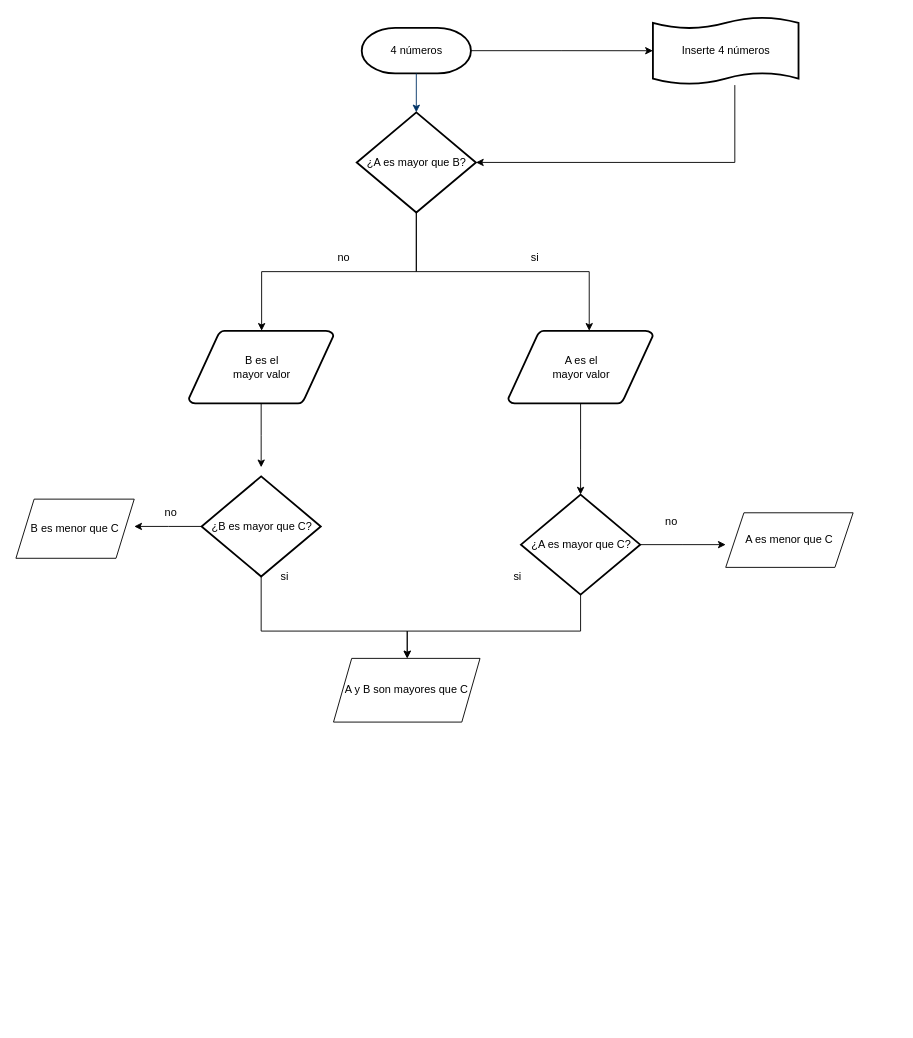
Matyplop/Matyplop.github.io keeps this draw.io diagram as page "Page-1" (1 of 2) of Untitled Diagram.drawio. Above is the earlier version. Source tidied: cells renumbered, new cells numbered last; positions are measured from the earlier drawing's top-left corner, leaving out a move shared by most shapes. Both pictures are drawn from the tidied source at 91%, with x=0, y=0 at pixel (15, 15).
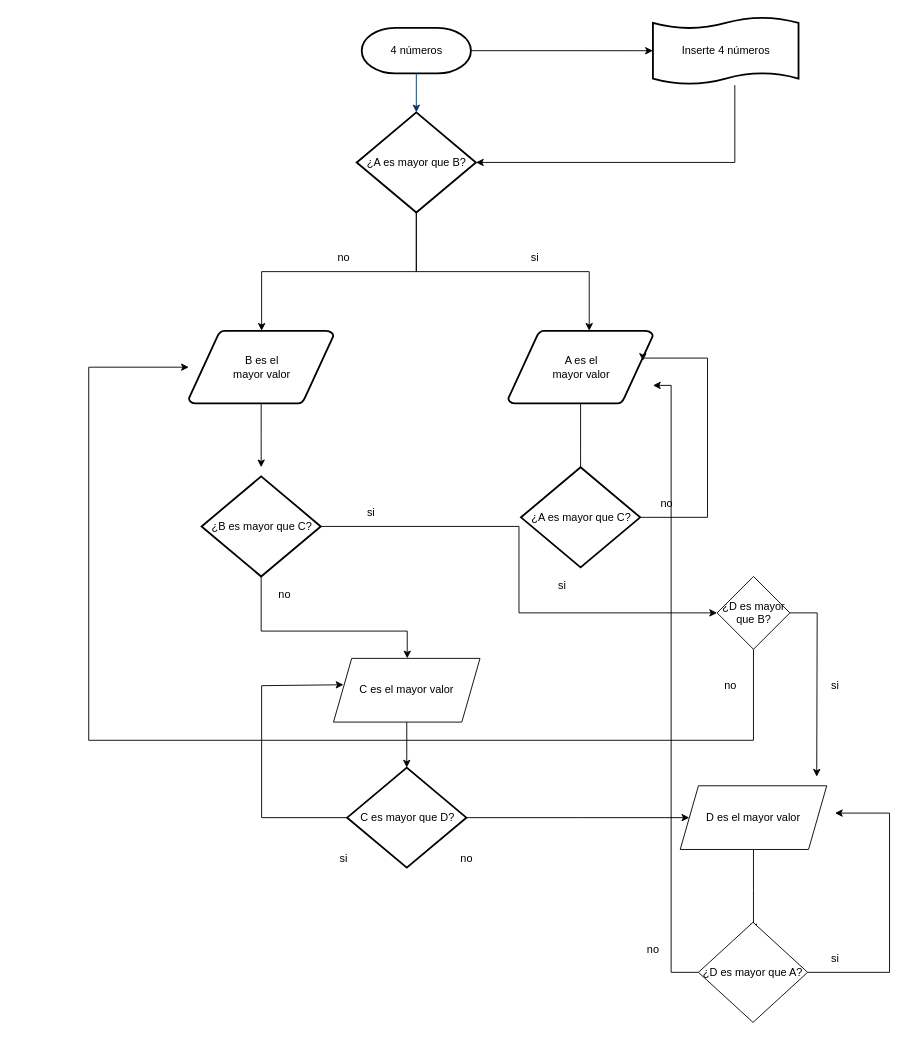
The same page after the edit.

The change refers to these unchanged cells:
```xml
<mxCell id="5" value="A es el&lt;br&gt;mayor valor" style="shape=mxgraph.flowchart.data;strokeWidth=2;gradientColor=none;gradientDirection=north;fontStyle=0;html=1;" parent="1" vertex="1">
  <mxGeometry x="541" y="346" width="159" height="80" as="geometry" />
</mxCell>
<mxCell id="16" value="B es el&lt;br&gt;mayor valor" style="shape=mxgraph.flowchart.data;strokeWidth=2;gradientColor=none;gradientDirection=north;fontStyle=0;html=1;" parent="1" vertex="1">
  <mxGeometry x="190" y="346" width="159" height="80" as="geometry" />
</mxCell>
<mxCell id="22" value="¿B es mayor que C?" style="shape=mxgraph.flowchart.decision;strokeWidth=2;gradientColor=none;gradientDirection=north;fontStyle=0;html=1;" parent="1" vertex="1">
  <mxGeometry x="204" y="506" width="131" height="110" as="geometry" />
</mxCell>
```

The edit, as a diff of the source:
```diff
@@
-    <mxCell id="17" style="edgeStyle=orthogonalEdgeStyle;rounded=0;jettySize=auto;html=1;" parent="1" edge="1" source="19">
-      <mxGeometry relative="1" as="geometry">
-        <mxPoint x="430" y="706" as="targetPoint" />
-        <Array as="points">
-          <mxPoint x="621" y="676" />
-          <mxPoint x="430" y="676" />
-        </Array>
-      </mxGeometry>
-    </mxCell>
-    <mxCell id="18" style="edgeStyle=orthogonalEdgeStyle;rounded=0;jettySize=auto;html=1;exitX=1;exitY=0.5;exitDx=0;exitDy=0;exitPerimeter=0;" parent="1" edge="1" source="19">
+    <mxCell id="18" style="edgeStyle=orthogonalEdgeStyle;rounded=0;jettySize=auto;html=1;exitX=1;exitY=0.5;exitDx=0;exitDy=0;exitPerimeter=0;entryX=0.931;entryY=0.413;entryDx=0;entryDy=0;entryPerimeter=0;" parent="1" edge="1" source="19" target="5">
       <mxGeometry relative="1" as="geometry">
-        <mxPoint x="780" y="581" as="targetPoint" />
+        <Array as="points">
+          <mxPoint x="760" y="551" />
+          <mxPoint x="760" y="376" />
+          <mxPoint x="689" y="376" />
+        </Array>
       </mxGeometry>
     </mxCell>
     <mxCell id="19" value="¿A es mayor que C?" style="shape=mxgraph.flowchart.decision;strokeWidth=2;gradientColor=none;gradientDirection=north;fontStyle=0;html=1;" parent="1" vertex="1">
-      <mxGeometry x="555" y="526" width="131" height="110" as="geometry" />
+      <mxGeometry x="555" y="496" width="131" height="110" as="geometry" />
     </mxCell>
@@
-    <mxCell id="21" style="edgeStyle=orthogonalEdgeStyle;rounded=0;jettySize=auto;html=1;" parent="1" edge="1" source="22">
-      <mxGeometry relative="1" as="geometry">
-        <mxPoint x="130" y="561" as="targetPoint" />
-      </mxGeometry>
-    </mxCell>
+    <mxCell id="30" style="edgeStyle=orthogonalEdgeStyle;rounded=0;jettySize=auto;html=1;" parent="1" edge="1" source="22" target="46">
+      <mxGeometry relative="1" as="geometry" />
+    </mxCell>
@@
     <mxCell id="23" value="si" style="text;html=1;align=center;verticalAlign=middle;strokeColor=none;" parent="1" vertex="1">
-      <mxGeometry x="541" y="606" width="20" height="20" as="geometry" />
+      <mxGeometry x="590" y="616" width="20" height="20" as="geometry" />
     </mxCell>
-    <mxCell id="24" value="si" style="text;html=1;align=center;verticalAlign=middle;strokeColor=none;" parent="1" vertex="1">
-      <mxGeometry x="285" y="606" width="20" height="20" as="geometry" />
+    <mxCell id="24" value="no" style="text;html=1;align=center;verticalAlign=middle;strokeColor=none;" parent="1" vertex="1">
+      <mxGeometry x="280" y="626" width="30" height="20" as="geometry" />
     </mxCell>
+    <mxCell id="31" style="edgeStyle=orthogonalEdgeStyle;rounded=0;jettySize=auto;html=1;entryX=0.5;entryY=0;entryDx=0;entryDy=0;entryPerimeter=0;" parent="1" edge="1" source="25" target="34">
+      <mxGeometry relative="1" as="geometry" />
+    </mxCell>
-    <mxCell id="25" value="A y B son mayores que C" style="shape=parallelogram;perimeter=parallelogramPerimeter;whiteSpace=wrap;html=1;fixedSize=1;" parent="1" vertex="1">
+    <mxCell id="25" value="C es el mayor valor" style="shape=parallelogram;perimeter=parallelogramPerimeter;whiteSpace=wrap;html=1;fixedSize=1;" parent="1" vertex="1">
       <mxGeometry x="349" y="706" width="161" height="70" as="geometry" />
     </mxCell>
-    <mxCell id="26" value="A es menor que C" style="shape=parallelogram;perimeter=parallelogramPerimeter;whiteSpace=wrap;html=1;fixedSize=1;" parent="1" vertex="1">
-      <mxGeometry x="780" y="546" width="140" height="60" as="geometry" />
-    </mxCell>
-    <mxCell id="27" value="B es menor que C" style="shape=parallelogram;perimeter=parallelogramPerimeter;whiteSpace=wrap;html=1;fixedSize=1;" parent="1" vertex="1">
-      <mxGeometry y="531" width="130" height="65" as="geometry" />
-    </mxCell>
-    <mxCell id="28" value="no" style="text;html=1;align=center;verticalAlign=middle;strokeColor=none;" parent="1" vertex="1">
-      <mxGeometry x="155" y="536" width="30" height="20" as="geometry" />
-    </mxCell>
     <mxCell id="29" value="no" style="text;html=1;align=center;verticalAlign=middle;strokeColor=none;" parent="1" vertex="1">
-      <mxGeometry x="705" y="546" width="30" height="20" as="geometry" />
+      <mxGeometry x="700" y="526" width="30" height="20" as="geometry" />
     </mxCell>
+    <mxCell id="32" style="edgeStyle=orthogonalEdgeStyle;rounded=0;jettySize=auto;html=1;entryX=0.068;entryY=0.414;entryDx=0;entryDy=0;entryPerimeter=0;" parent="1" edge="1" source="34" target="25">
+      <mxGeometry relative="1" as="geometry">
+        <Array as="points">
+          <mxPoint x="270" y="881" />
+          <mxPoint x="270" y="736" />
+        </Array>
+      </mxGeometry>
+    </mxCell>
+    <mxCell id="33" style="edgeStyle=orthogonalEdgeStyle;rounded=0;jettySize=auto;html=1;" parent="1" edge="1" source="34">
+      <mxGeometry relative="1" as="geometry">
+        <mxPoint x="740" y="881" as="targetPoint" />
+      </mxGeometry>
+    </mxCell>
+    <mxCell id="34" value="C es mayor que D?" style="shape=mxgraph.flowchart.decision;strokeWidth=2;gradientColor=none;gradientDirection=north;fontStyle=0;html=1;" parent="1" vertex="1">
+      <mxGeometry x="364" y="826" width="131" height="110" as="geometry" />
+    </mxCell>
+    <mxCell id="35" value="no" style="text;html=1;align=center;verticalAlign=middle;strokeColor=none;" parent="1" vertex="1">
+      <mxGeometry x="480" y="916" width="30" height="20" as="geometry" />
+    </mxCell>
+    <mxCell id="36" value="si" style="text;html=1;align=center;verticalAlign=middle;strokeColor=none;" parent="1" vertex="1">
+      <mxGeometry x="349.5" y="916" width="20" height="20" as="geometry" />
+    </mxCell>
+    <mxCell id="37" style="edgeStyle=orthogonalEdgeStyle;rounded=0;jettySize=auto;html=1;" parent="1" edge="1" source="38">
+      <mxGeometry relative="1" as="geometry">
+        <mxPoint x="810.5" y="1006" as="targetPoint" />
+      </mxGeometry>
+    </mxCell>
+    <mxCell id="38" value="D es el mayor valor" style="shape=parallelogram;perimeter=parallelogramPerimeter;whiteSpace=wrap;html=1;fixedSize=1;" parent="1" vertex="1">
+      <mxGeometry x="730" y="846" width="161" height="70" as="geometry" />
+    </mxCell>
+    <mxCell id="39" style="edgeStyle=orthogonalEdgeStyle;rounded=0;jettySize=auto;html=1;" parent="1" edge="1" source="41">
+      <mxGeometry relative="1" as="geometry">
+        <mxPoint x="900" y="876" as="targetPoint" />
+        <Array as="points">
+          <mxPoint x="960" y="1051" />
+          <mxPoint x="960" y="876" />
+          <mxPoint x="900" y="876" />
+        </Array>
+      </mxGeometry>
+    </mxCell>
+    <mxCell id="40" style="edgeStyle=orthogonalEdgeStyle;rounded=0;jettySize=auto;html=1;" parent="1" edge="1" source="41" target="5">
+      <mxGeometry relative="1" as="geometry">
+        <Array as="points">
+          <mxPoint x="720" y="1051" />
+          <mxPoint x="720" y="406" />
+        </Array>
+      </mxGeometry>
+    </mxCell>
+    <mxCell id="41" value="¿D es mayor que A?" style="rhombus;whiteSpace=wrap;html=1;" parent="1" vertex="1">
+      <mxGeometry x="750" y="996" width="120" height="110" as="geometry" />
+    </mxCell>
+    <mxCell id="42" value="si" style="text;html=1;align=center;verticalAlign=middle;strokeColor=none;" parent="1" vertex="1">
+      <mxGeometry x="890" y="1026" width="20" height="20" as="geometry" />
+    </mxCell>
+    <mxCell id="43" value="no" style="text;html=1;align=center;verticalAlign=middle;strokeColor=none;" parent="1" vertex="1">
+      <mxGeometry x="685" y="1016" width="30" height="20" as="geometry" />
+    </mxCell>
+    <mxCell id="44" style="edgeStyle=orthogonalEdgeStyle;rounded=0;jettySize=auto;html=1;exitX=1;exitY=0.5;exitDx=0;exitDy=0;" parent="1" edge="1" source="46">
+      <mxGeometry relative="1" as="geometry">
+        <mxPoint x="880" y="836" as="targetPoint" />
+      </mxGeometry>
+    </mxCell>
+    <mxCell id="45" style="edgeStyle=orthogonalEdgeStyle;rounded=0;jettySize=auto;html=1;" parent="1" edge="1" source="46" target="16">
+      <mxGeometry relative="1" as="geometry">
+        <Array as="points">
+          <mxPoint x="811" y="796" />
+          <mxPoint x="80" y="796" />
+          <mxPoint x="80" y="386" />
+        </Array>
+      </mxGeometry>
+    </mxCell>
+    <mxCell id="46" value="¿D es mayor que B?" style="rhombus;whiteSpace=wrap;html=1;" parent="1" vertex="1">
+      <mxGeometry x="770.5" y="616" width="80" height="80" as="geometry" />
+    </mxCell>
+    <mxCell id="47" value="si" style="text;html=1;align=center;verticalAlign=middle;strokeColor=none;" parent="1" vertex="1">
+      <mxGeometry x="890" y="726" width="20" height="20" as="geometry" />
+    </mxCell>
+    <mxCell id="48" value="si" style="text;html=1;align=center;verticalAlign=middle;strokeColor=none;" parent="1" vertex="1">
+      <mxGeometry x="380" y="536" width="20" height="20" as="geometry" />
+    </mxCell>
+    <mxCell id="49" value="no" style="text;html=1;align=center;verticalAlign=middle;strokeColor=none;" parent="1" vertex="1">
+      <mxGeometry x="770" y="726" width="30" height="20" as="geometry" />
+    </mxCell>
```
